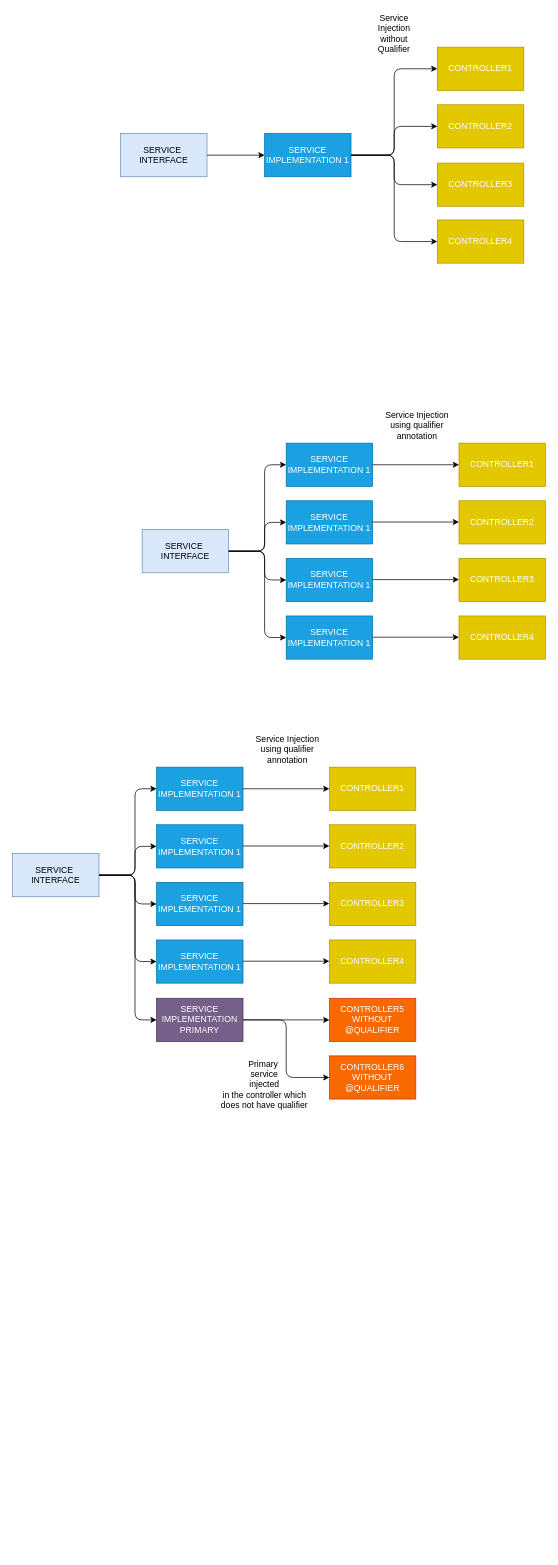
jaySiddhapura-eng/spring5-dependency-injection keeps this draw.io diagram as assets/qualifierDemo.drawio. Above is the earlier version. Source tidied: cells renumbered, new cells numbered last; positions are measured from the earlier drawing's top-left corner, leaving out a move shared by most shapes. Both pictures are drawn from the tidied source at 72%, with x=0, y=0 at pixel (12, 26).
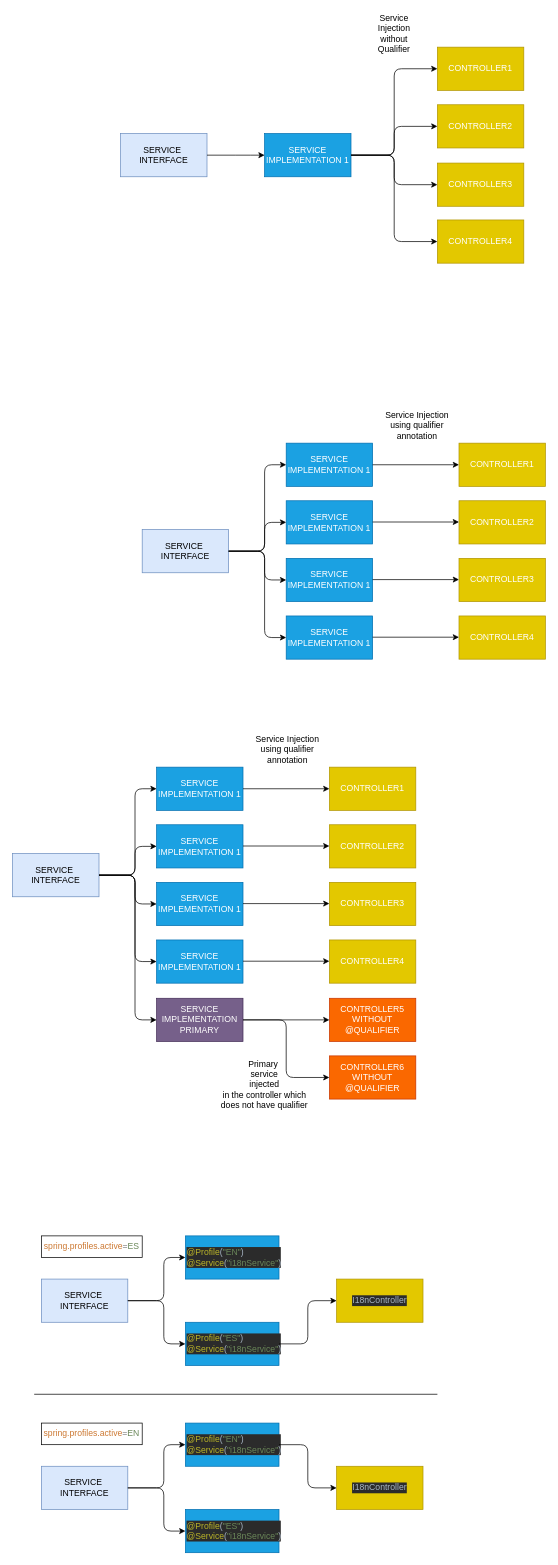
Above is the later version.

Commit message (it also covers changes not shown here):
Spring profile added

Change to the diagram source:
```diff
@@
+    <mxCell id="62" style="group;" parent="1" vertex="1">
+      <mxGeometry x="40" y="1620" width="560" height="300" as="geometry" />
+    </mxCell>
+    <mxCell id="63" value="SERVICE&amp;nbsp;&lt;br&gt;INTERFACE" style="rounded=0;whiteSpace=wrap;html=1;fillColor=#dae8fc;strokeColor=#6c8ebf;" parent="62" vertex="1">
+      <mxGeometry y="120" width="120" height="60" as="geometry" />
+    </mxCell>
+    <mxCell id="64" value="&lt;pre style=&quot;background-color: #2b2b2b ; color: #a9b7c6 ; font-family: &amp;#34;jetbrains mono&amp;#34; ; font-size: 9 8pt&quot;&gt;&lt;span style=&quot;color: #bbb529&quot;&gt;@Profile&lt;/span&gt;(&lt;span style=&quot;color: #6a8759&quot;&gt;&quot;EN&quot;&lt;/span&gt;)&lt;br&gt;&lt;span style=&quot;color: #bbb529&quot;&gt;@Service&lt;/span&gt;(&lt;span style=&quot;color: #6a8759&quot;&gt;&quot;i18nService&quot;&lt;/span&gt;)&lt;/pre&gt;" style="rounded=0;whiteSpace=wrap;html=1;fillColor=#1ba1e2;strokeColor=#006EAF;fontColor=#ffffff;align=left;" parent="62" vertex="1">
+      <mxGeometry x="200" y="60" width="130" height="60" as="geometry" />
+    </mxCell>
+    <mxCell id="65" value="&lt;pre style=&quot;background-color: #2b2b2b ; color: #a9b7c6 ; font-family: &amp;#34;jetbrains mono&amp;#34; ; font-size: 9 8pt&quot;&gt;&lt;div&gt;&lt;span style=&quot;white-space: normal ; color: rgb(187 , 181 , 41)&quot;&gt;@Profile&lt;/span&gt;&lt;span style=&quot;white-space: normal&quot;&gt;(&lt;/span&gt;&lt;span style=&quot;white-space: normal ; color: rgb(106 , 135 , 89)&quot;&gt;&quot;ES&quot;&lt;/span&gt;&lt;span style=&quot;white-space: normal&quot;&gt;)&lt;/span&gt;&lt;/div&gt;&lt;span style=&quot;color: #bbb529&quot;&gt;&lt;div&gt;&lt;span style=&quot;white-space: normal&quot;&gt;@Service&lt;/span&gt;&lt;span style=&quot;color: rgb(169 , 183 , 198) ; white-space: normal&quot;&gt;(&lt;/span&gt;&lt;span style=&quot;white-space: normal ; color: rgb(106 , 135 , 89)&quot;&gt;&quot;i18nService&quot;&lt;/span&gt;&lt;span style=&quot;color: rgb(169 , 183 , 198) ; white-space: normal&quot;&gt;)&lt;/span&gt;&lt;/div&gt;&lt;/span&gt;&lt;/pre&gt;" style="rounded=0;whiteSpace=wrap;html=1;fillColor=#1ba1e2;strokeColor=#006EAF;fontColor=#ffffff;align=left;" parent="62" vertex="1">
+      <mxGeometry x="200" y="180" width="130" height="60" as="geometry" />
+    </mxCell>
+    <mxCell id="66" value="&lt;pre style=&quot;background-color: #2b2b2b ; color: #a9b7c6 ; font-family: &amp;#34;jetbrains mono&amp;#34; ; font-size: 9 8pt&quot;&gt;I18nController&lt;/pre&gt;" style="rounded=0;whiteSpace=wrap;html=1;fillColor=#e3c800;strokeColor=#B09500;fontColor=#ffffff;" parent="62" vertex="1">
+      <mxGeometry x="410" y="120" width="120" height="60" as="geometry" />
+    </mxCell>
+    <mxCell id="67" style="endArrow=classic;html=1;exitX=1;exitY=0.5;exitDx=0;exitDy=0;entryX=0;entryY=0.5;entryDx=0;entryDy=0;" parent="62" edge="1" source="63" target="64">
+      <mxGeometry relative="1" as="geometry">
+        <Array as="points">
+          <mxPoint x="170" y="150" />
+          <mxPoint x="170" y="90" />
+        </Array>
+      </mxGeometry>
+    </mxCell>
+    <mxCell id="68" style="endArrow=classic;html=1;entryX=0;entryY=0.5;entryDx=0;entryDy=0;" parent="62" edge="1" target="65">
+      <mxGeometry relative="1" as="geometry">
+        <mxPoint x="120" y="150" as="sourcePoint" />
+        <Array as="points">
+          <mxPoint x="170" y="150" />
+          <mxPoint x="170" y="210" />
+        </Array>
+      </mxGeometry>
+    </mxCell>
+    <mxCell id="69" value="&lt;pre style=&quot;text-align: left ; color: rgb(169 , 183 , 198) ; font-family: &amp;#34;jetbrains mono&amp;#34;&quot;&gt;&lt;span style=&quot;background-color: rgb(255 , 255 , 255)&quot;&gt;&lt;span style=&quot;color: rgb(204 , 120 , 50)&quot;&gt;spring.profiles.active&lt;/span&gt;&lt;span style=&quot;color: rgb(128 , 128 , 128)&quot;&gt;=&lt;/span&gt;&lt;span style=&quot;color: rgb(106 , 135 , 89)&quot;&gt;ES&lt;/span&gt;&lt;/span&gt;&lt;/pre&gt;" style="rounded=0;whiteSpace=wrap;html=1;" parent="62" vertex="1">
+      <mxGeometry y="60" width="140" height="30" as="geometry" />
+    </mxCell>
+    <mxCell id="70" style="endArrow=classic;html=1;exitX=1;exitY=0.5;exitDx=0;exitDy=0;entryX=0;entryY=0.5;entryDx=0;entryDy=0;" parent="62" edge="1" source="65" target="66">
+      <mxGeometry relative="1" as="geometry">
+        <Array as="points">
+          <mxPoint x="370" y="210" />
+          <mxPoint x="370" y="150" />
+        </Array>
+      </mxGeometry>
+    </mxCell>
+    <mxCell id="71" value="SERVICE&amp;nbsp;&lt;br&gt;INTERFACE" style="rounded=0;whiteSpace=wrap;html=1;fillColor=#dae8fc;strokeColor=#6c8ebf;" parent="1" vertex="1">
+      <mxGeometry x="40" y="2000" width="120" height="60" as="geometry" />
+    </mxCell>
+    <mxCell id="72" value="&lt;pre style=&quot;background-color: #2b2b2b ; color: #a9b7c6 ; font-family: &amp;#34;jetbrains mono&amp;#34; ; font-size: 9 8pt&quot;&gt;&lt;span style=&quot;color: #bbb529&quot;&gt;@Profile&lt;/span&gt;(&lt;span style=&quot;color: #6a8759&quot;&gt;&quot;EN&quot;&lt;/span&gt;)&lt;br&gt;&lt;span style=&quot;color: #bbb529&quot;&gt;@Service&lt;/span&gt;(&lt;span style=&quot;color: #6a8759&quot;&gt;&quot;i18nService&quot;&lt;/span&gt;)&lt;/pre&gt;" style="rounded=0;whiteSpace=wrap;html=1;fillColor=#1ba1e2;strokeColor=#006EAF;fontColor=#ffffff;align=left;" parent="1" vertex="1">
+      <mxGeometry x="240" y="1940" width="130" height="60" as="geometry" />
+    </mxCell>
+    <mxCell id="73" value="&lt;pre style=&quot;background-color: #2b2b2b ; color: #a9b7c6 ; font-family: &amp;#34;jetbrains mono&amp;#34; ; font-size: 9 8pt&quot;&gt;&lt;div&gt;&lt;span style=&quot;white-space: normal ; color: rgb(187 , 181 , 41)&quot;&gt;@Profile&lt;/span&gt;&lt;span style=&quot;white-space: normal&quot;&gt;(&lt;/span&gt;&lt;span style=&quot;white-space: normal ; color: rgb(106 , 135 , 89)&quot;&gt;&quot;ES&quot;&lt;/span&gt;&lt;span style=&quot;white-space: normal&quot;&gt;)&lt;/span&gt;&lt;/div&gt;&lt;span style=&quot;color: #bbb529&quot;&gt;&lt;div&gt;&lt;span style=&quot;white-space: normal&quot;&gt;@Service&lt;/span&gt;&lt;span style=&quot;color: rgb(169 , 183 , 198) ; white-space: normal&quot;&gt;(&lt;/span&gt;&lt;span style=&quot;white-space: normal ; color: rgb(106 , 135 , 89)&quot;&gt;&quot;i18nService&quot;&lt;/span&gt;&lt;span style=&quot;color: rgb(169 , 183 , 198) ; white-space: normal&quot;&gt;)&lt;/span&gt;&lt;/div&gt;&lt;/span&gt;&lt;/pre&gt;" style="rounded=0;whiteSpace=wrap;html=1;fillColor=#1ba1e2;strokeColor=#006EAF;fontColor=#ffffff;align=left;" parent="1" vertex="1">
+      <mxGeometry x="240" y="2060" width="130" height="60" as="geometry" />
+    </mxCell>
+    <mxCell id="74" value="&lt;pre style=&quot;background-color: #2b2b2b ; color: #a9b7c6 ; font-family: &amp;#34;jetbrains mono&amp;#34; ; font-size: 9 8pt&quot;&gt;I18nController&lt;/pre&gt;" style="rounded=0;whiteSpace=wrap;html=1;fillColor=#e3c800;strokeColor=#B09500;fontColor=#ffffff;" parent="1" vertex="1">
+      <mxGeometry x="450" y="2000" width="120" height="60" as="geometry" />
+    </mxCell>
+    <mxCell id="75" style="endArrow=classic;html=1;exitX=1;exitY=0.5;exitDx=0;exitDy=0;entryX=0;entryY=0.5;entryDx=0;entryDy=0;" parent="1" edge="1" source="71" target="72">
+      <mxGeometry relative="1" as="geometry">
+        <Array as="points">
+          <mxPoint x="210" y="2030" />
+          <mxPoint x="210" y="1970" />
+        </Array>
+      </mxGeometry>
+    </mxCell>
+    <mxCell id="76" style="endArrow=classic;html=1;entryX=0;entryY=0.5;entryDx=0;entryDy=0;" parent="1" edge="1" target="73">
+      <mxGeometry relative="1" as="geometry">
+        <mxPoint x="160" y="2030" as="sourcePoint" />
+        <Array as="points">
+          <mxPoint x="210" y="2030" />
+          <mxPoint x="210" y="2090" />
+        </Array>
+      </mxGeometry>
+    </mxCell>
+    <mxCell id="77" value="&lt;pre style=&quot;text-align: left ; color: rgb(169 , 183 , 198) ; font-family: &amp;#34;jetbrains mono&amp;#34;&quot;&gt;&lt;span style=&quot;background-color: rgb(255 , 255 , 255)&quot;&gt;&lt;span style=&quot;color: rgb(204 , 120 , 50)&quot;&gt;spring.profiles.active&lt;/span&gt;&lt;span style=&quot;color: rgb(128 , 128 , 128)&quot;&gt;=&lt;/span&gt;&lt;span style=&quot;color: rgb(106 , 135 , 89)&quot;&gt;EN&lt;/span&gt;&lt;/span&gt;&lt;/pre&gt;" style="rounded=0;whiteSpace=wrap;html=1;" parent="1" vertex="1">
+      <mxGeometry x="40" y="1940" width="140" height="30" as="geometry" />
+    </mxCell>
+    <mxCell id="78" style="endArrow=classic;html=1;exitX=1;exitY=0.5;exitDx=0;exitDy=0;entryX=0;entryY=0.5;entryDx=0;entryDy=0;" parent="1" edge="1" source="72" target="74">
+      <mxGeometry relative="1" as="geometry">
+        <Array as="points">
+          <mxPoint x="410" y="1970" />
+          <mxPoint x="410" y="2030" />
+        </Array>
+      </mxGeometry>
+    </mxCell>
+    <mxCell id="79" style="endArrow=none;html=1;" parent="1" edge="1">
+      <mxGeometry relative="1" as="geometry">
+        <mxPoint x="30" y="1900" as="sourcePoint" />
+        <mxPoint x="590" y="1900" as="targetPoint" />
+      </mxGeometry>
+    </mxCell>
```
